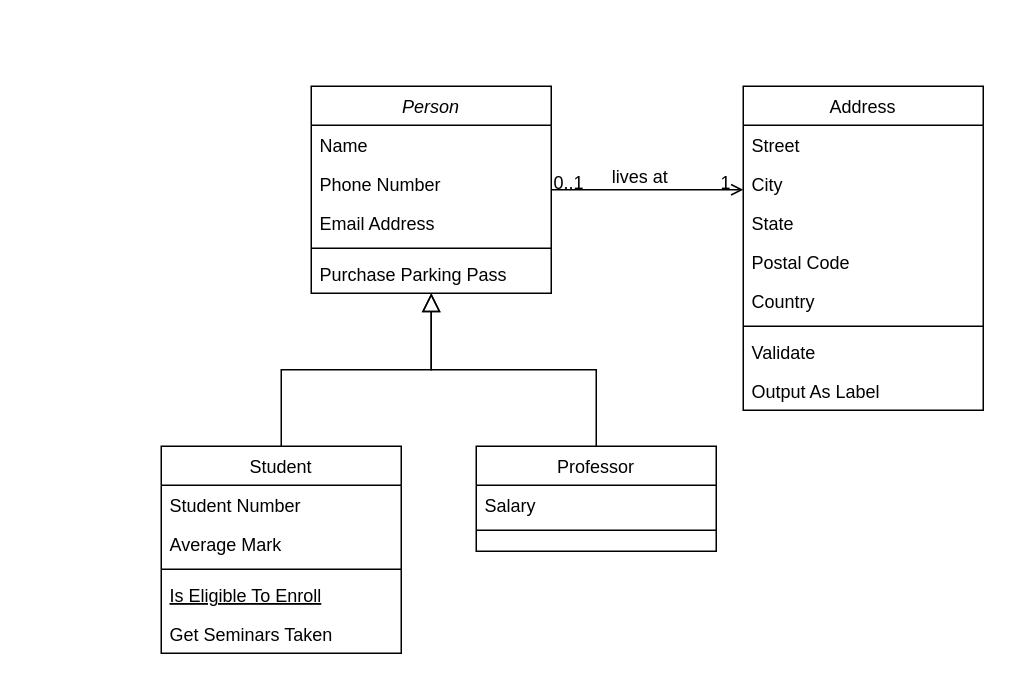
Before: 제목 없는 다이어그램.drawio in ceo92/ceing-shopping, a draw.io diagram. Source tidied: cells renumbered, new cells numbered last; positions are measured from the earlier drawing's top-left corner, leaving out a move shared by most shapes. Both pictures are drawn from the tidied source at 150%, with x=0, y=0 at pixel (160, 86).
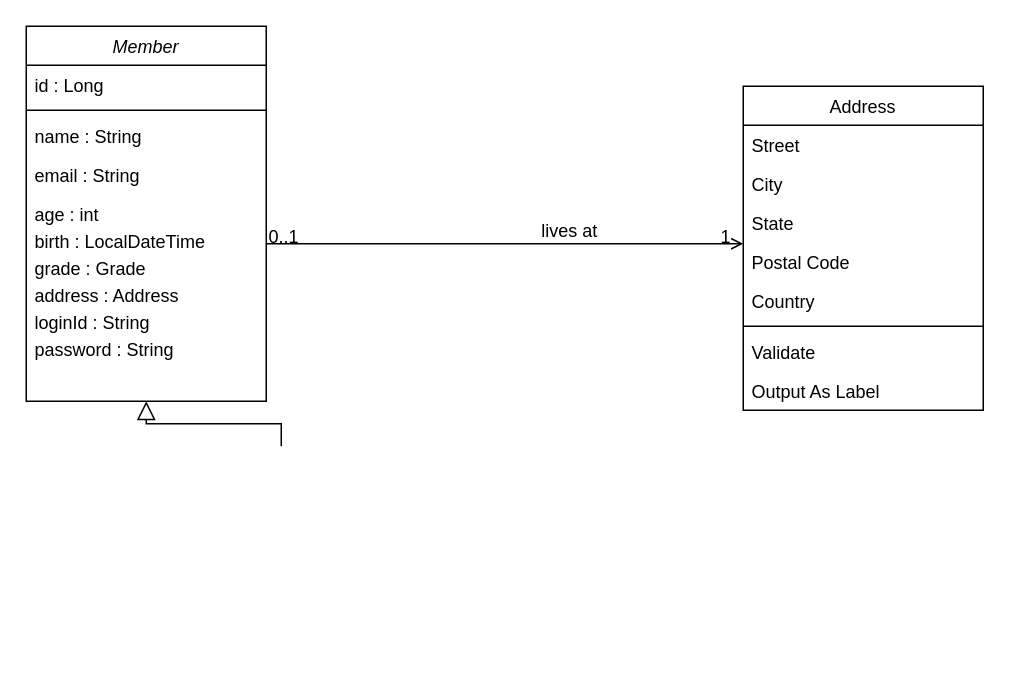
Above is the later version.

Commit message (it also covers changes not shown here):
제목 없는 다이어그램.drawio 업데이트

Change to the diagram source:
```diff
@@
-    <mxCell id="2" value="Person" style="swimlane;fontStyle=2;align=center;verticalAlign=top;horizontal=1;startSize=26;rounded=0;shadow=0;strokeWidth=1;" parent="1" vertex="1">
-      <mxGeometry x="100" width="160" height="138" as="geometry" />
+    <mxCell id="2" value="Member" style="swimlane;fontStyle=2;align=center;verticalAlign=top;horizontal=1;startSize=26;rounded=0;shadow=0;strokeWidth=1;" parent="1" vertex="1">
+      <mxGeometry x="-90" y="-40" width="160" height="250" as="geometry" />
     </mxCell>
-    <mxCell id="3" value="Name" style="text;align=left;verticalAlign=top;spacingLeft=4;spacingRight=4;overflow=hidden;" parent="2" vertex="1">
+    <mxCell id="3" value="id : Long" style="text;align=left;verticalAlign=top;spacingLeft=4;spacingRight=4;overflow=hidden;" parent="2" vertex="1">
       <mxGeometry y="26" width="160" height="26" as="geometry" />
     </mxCell>
-    <mxCell id="4" value="Phone Number" style="text;align=left;verticalAlign=top;spacingLeft=4;spacingRight=4;overflow=hidden;rounded=0;shadow=0;html=0;" parent="2" vertex="1">
-      <mxGeometry y="52" width="160" height="26" as="geometry" />
-    </mxCell>
-    <mxCell id="5" value="Email Address" style="text;align=left;verticalAlign=top;spacingLeft=4;spacingRight=4;overflow=hidden;rounded=0;shadow=0;html=0;" parent="2" vertex="1">
-      <mxGeometry y="78" width="160" height="26" as="geometry" />
-    </mxCell>
     <mxCell id="6" style="line;html=1;strokeWidth=1;align=left;verticalAlign=middle;spacingTop=-1;spacingLeft=3;spacingRight=3;labelPosition=right;" parent="2" vertex="1">
-      <mxGeometry y="104" width="160" height="8" as="geometry" />
+      <mxGeometry y="52" width="160" height="8" as="geometry" />
     </mxCell>
+    <mxCell id="32" value="name : String" style="text;align=left;verticalAlign=top;spacingLeft=4;spacingRight=4;overflow=hidden;rounded=0;shadow=0;html=0;" parent="2" vertex="1">
+      <mxGeometry y="60" width="160" height="26" as="geometry" />
+    </mxCell>
+    <mxCell id="33" value="email : String    &#10;" style="text;align=left;verticalAlign=top;spacingLeft=4;spacingRight=4;overflow=hidden;rounded=0;shadow=0;html=0;" parent="2" vertex="1">
+      <mxGeometry y="86" width="160" height="26" as="geometry" />
+    </mxCell>
-    <mxCell id="7" value="Purchase Parking Pass" style="text;align=left;verticalAlign=top;spacingLeft=4;spacingRight=4;overflow=hidden;" parent="2" vertex="1">
-      <mxGeometry y="112" width="160" height="26" as="geometry" />
+    <mxCell id="7" value="age : int" style="text;align=left;verticalAlign=top;spacingLeft=4;spacingRight=4;overflow=hidden;" parent="2" vertex="1">
+      <mxGeometry y="112" width="160" height="18" as="geometry" />
     </mxCell>
-    <mxCell id="8" value="Student" style="swimlane;fontStyle=0;align=center;verticalAlign=top;horizontal=1;startSize=26;rounded=0;shadow=0;strokeWidth=1;" parent="1" vertex="1">
-      <mxGeometry y="240" width="160" height="138" as="geometry" />
-    </mxCell>
-    <mxCell id="9" value="Student Number" style="text;align=left;verticalAlign=top;spacingLeft=4;spacingRight=4;overflow=hidden;" parent="8" vertex="1">
-      <mxGeometry y="26" width="160" height="26" as="geometry" />
-    </mxCell>
-    <mxCell id="10" value="Average Mark" style="text;align=left;verticalAlign=top;spacingLeft=4;spacingRight=4;overflow=hidden;rounded=0;shadow=0;html=0;" parent="8" vertex="1">
-      <mxGeometry y="52" width="160" height="26" as="geometry" />
-    </mxCell>
-    <mxCell id="11" style="line;html=1;strokeWidth=1;align=left;verticalAlign=middle;spacingTop=-1;spacingLeft=3;spacingRight=3;labelPosition=right;" parent="8" vertex="1">
-      <mxGeometry y="78" width="160" height="8" as="geometry" />
-    </mxCell>
-    <mxCell id="12" value="Is Eligible To Enroll" style="text;align=left;verticalAlign=top;spacingLeft=4;spacingRight=4;overflow=hidden;fontStyle=4;" parent="8" vertex="1">
-      <mxGeometry y="86" width="160" height="26" as="geometry" />
-    </mxCell>
-    <mxCell id="13" value="Get Seminars Taken" style="text;align=left;verticalAlign=top;spacingLeft=4;spacingRight=4;overflow=hidden;" parent="8" vertex="1">
-      <mxGeometry y="112" width="160" height="26" as="geometry" />
-    </mxCell>
+    <mxCell id="34" value="birth : LocalDateTime" style="text;align=left;verticalAlign=top;spacingLeft=4;spacingRight=4;overflow=hidden;" parent="2" vertex="1">
+      <mxGeometry y="130" width="160" height="18" as="geometry" />
+    </mxCell>
+    <mxCell id="35" value="grade : Grade" style="text;align=left;verticalAlign=top;spacingLeft=4;spacingRight=4;overflow=hidden;" parent="2" vertex="1">
+      <mxGeometry y="148" width="160" height="18" as="geometry" />
+    </mxCell>
+    <mxCell id="36" value="address : Address" style="text;align=left;verticalAlign=top;spacingLeft=4;spacingRight=4;overflow=hidden;" parent="2" vertex="1">
+      <mxGeometry y="166" width="160" height="18" as="geometry" />
+    </mxCell>
+    <mxCell id="37" value="loginId : String" style="text;align=left;verticalAlign=top;spacingLeft=4;spacingRight=4;overflow=hidden;" parent="2" vertex="1">
+      <mxGeometry y="184" width="160" height="18" as="geometry" />
+    </mxCell>
+    <mxCell id="38" value="password : String" style="text;align=left;verticalAlign=top;spacingLeft=4;spacingRight=4;overflow=hidden;" parent="2" vertex="1">
+      <mxGeometry y="202" width="160" height="18" as="geometry" />
+    </mxCell>
-    <mxCell id="14" style="endArrow=block;endSize=10;endFill=0;shadow=0;strokeWidth=1;rounded=0;curved=0;edgeStyle=elbowEdgeStyle;elbow=vertical;" parent="1" edge="1" source="8" target="2">
-      <mxGeometry relative="1" as="geometry" />
+    <mxCell id="14" style="endArrow=block;endSize=10;endFill=0;shadow=0;strokeWidth=1;rounded=0;curved=0;edgeStyle=elbowEdgeStyle;elbow=vertical;" parent="1" edge="1" target="2">
+      <mxGeometry relative="1" as="geometry">
+        <mxPoint x="80" y="240" as="sourcePoint" />
+      </mxGeometry>
     </mxCell>
-    <mxCell id="15" value="Professor" style="swimlane;fontStyle=0;align=center;verticalAlign=top;horizontal=1;startSize=26;rounded=0;shadow=0;strokeWidth=1;" parent="1" vertex="1">
-      <mxGeometry x="210" y="240" width="160" height="70" as="geometry" />
-    </mxCell>
-    <mxCell id="16" value="Salary" style="text;align=left;verticalAlign=top;spacingLeft=4;spacingRight=4;overflow=hidden;" parent="15" vertex="1">
-      <mxGeometry y="26" width="160" height="26" as="geometry" />
-    </mxCell>
-    <mxCell id="17" style="line;html=1;strokeWidth=1;align=left;verticalAlign=middle;spacingTop=-1;spacingLeft=3;spacingRight=3;labelPosition=right;" parent="15" vertex="1">
-      <mxGeometry y="52" width="160" height="8" as="geometry" />
-    </mxCell>
-    <mxCell id="18" style="endArrow=block;endSize=10;endFill=0;shadow=0;strokeWidth=1;rounded=0;curved=0;edgeStyle=elbowEdgeStyle;elbow=vertical;" parent="1" edge="1" source="15" target="2">
-      <mxGeometry relative="1" as="geometry" />
-    </mxCell>
```
